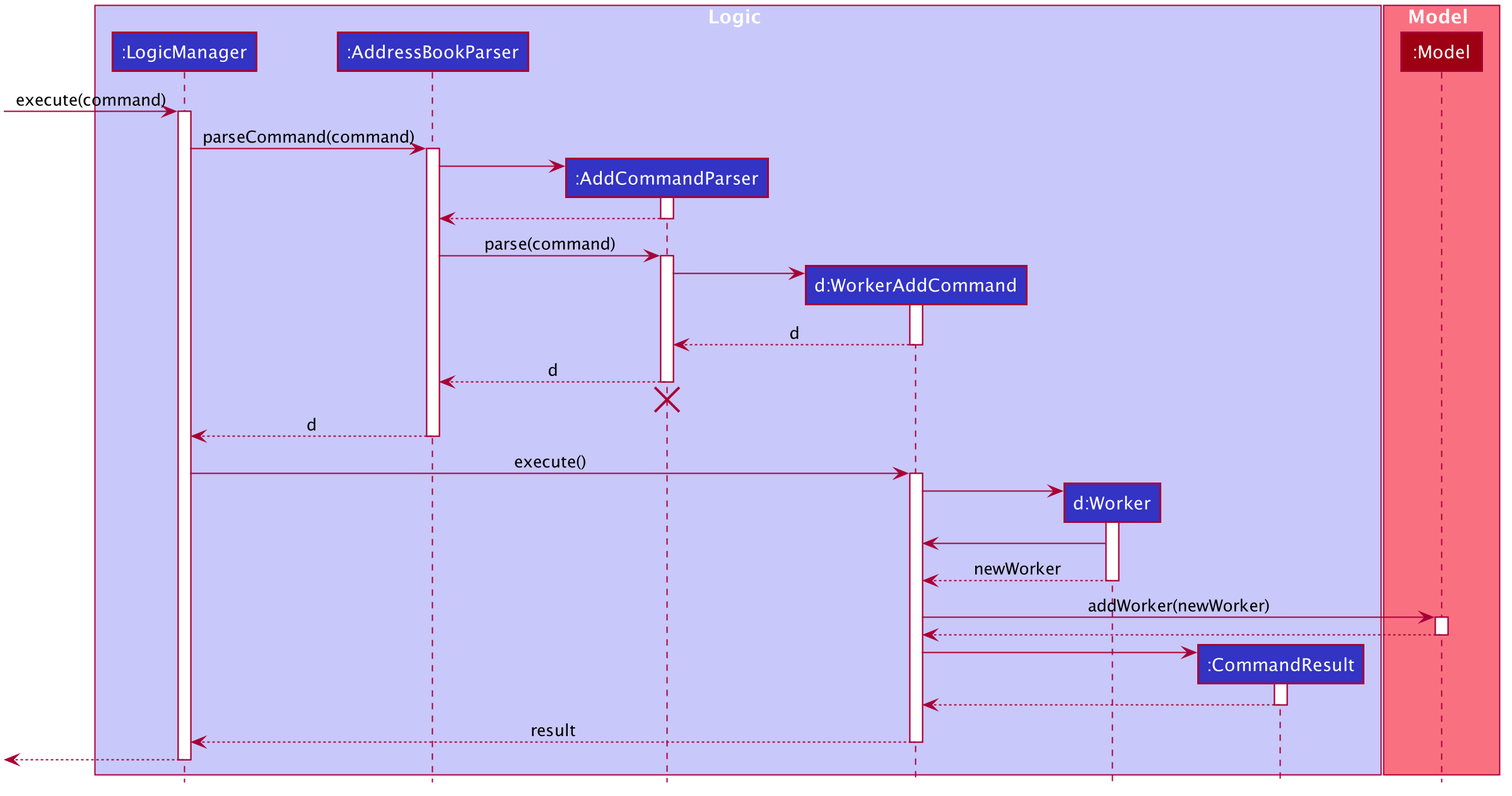
The PlantUML diagram docs/images/AddWorkerSequenceDiagram.png in wakululuu/tp, before a commit. Source of this version:
```plantuml
@startuml








skinparam BackgroundColor #FFFFFFF

skinparam Shadowing false

skinparam Class {
    FontColor #FFFFFF
    BorderThickness 1
    BorderColor #FFFFFF
    StereotypeFontColor #FFFFFF
    FontName Arial
}

skinparam Actor {
    BorderColor #000000
    Color #000000
    FontName Arial
}

skinparam Sequence {
    MessageAlign center
    BoxFontSize 15
    BoxPadding 0
    BoxFontColor #FFFFFF
    FontName Arial
}

skinparam Participant {
    FontColor #FFFFFFF
    Padding 20
}

skinparam MinClassWidth 50
skinparam ParticipantPadding 10
skinparam Shadowing false
skinparam DefaultTextAlignment center
skinparam packageStyle Rectangle

hide footbox
hide members
hide circle

box Logic #C8C8FA
participant ":LogicManager" as LogicManager #3333C4
participant ":AddressBookParser" as AddressBookParser #3333C4
participant ":AddCommandParser" as AddCommandParser #3333C4
participant "d:WorkerAddCommand" as WorkerAddCommand #3333C4
participant "d:Worker" as Worker #3333C4
participant ":CommandResult" as CommandResult #3333C4
end box

box Model #F97181
participant ":Model" as Model #9D0012
end box

[-> LogicManager : execute(command)
activate LogicManager

LogicManager -> AddressBookParser : parseCommand(command)
activate AddressBookParser

create AddCommandParser
AddressBookParser -> AddCommandParser
activate AddCommandParser

AddCommandParser --> AddressBookParser
deactivate AddCommandParser

AddressBookParser -> AddCommandParser : parse(command)
activate AddCommandParser

create WorkerAddCommand
AddCommandParser -> WorkerAddCommand
activate WorkerAddCommand

WorkerAddCommand --> AddCommandParser : d
deactivate WorkerAddCommand

AddCommandParser --> AddressBookParser : d
deactivate AddCommandParser
AddCommandParser -[hidden]-> AddressBookParser
destroy AddCommandParser

AddressBookParser --> LogicManager : d
deactivate AddressBookParser

LogicManager -> WorkerAddCommand : execute()
activate WorkerAddCommand

create Worker
WorkerAddCommand -> Worker
activate Worker

Worker -> WorkerAddCommand
return newWorker
deactivate Worker

WorkerAddCommand -> Model : addWorker(newWorker)
activate Model

Model --> WorkerAddCommand
deactivate Model

create CommandResult
WorkerAddCommand -> CommandResult
activate CommandResult

CommandResult --> WorkerAddCommand
deactivate CommandResult

WorkerAddCommand --> LogicManager : result
deactivate WorkerAddCommand

[<--LogicManager
deactivate LogicManager
@enduml
```
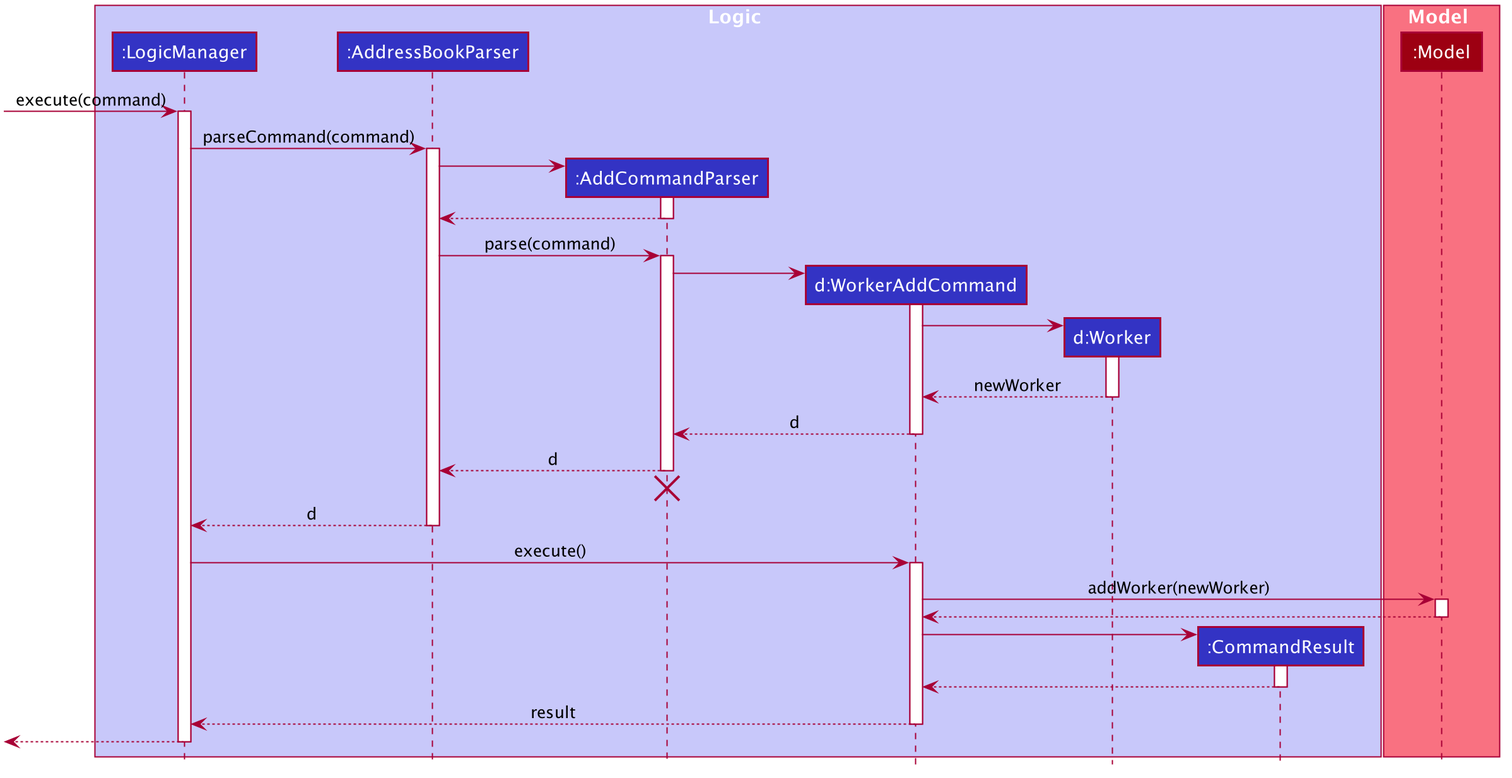
After the change.

Commit message:
Fix diagram errors

The edit, as a diff of the source:
```diff
@@ -81,6 +81,12 @@
 AddCommandParser -> WorkerAddCommand
 activate WorkerAddCommand
 
+create Worker
+WorkerAddCommand -> Worker
+activate Worker
+return newWorker
+deactivate Worker
+
 WorkerAddCommand --> AddCommandParser : d
 deactivate WorkerAddCommand
 
@@ -94,14 +100,6 @@
 
 LogicManager -> WorkerAddCommand : execute()
 activate WorkerAddCommand
-
-create Worker
-WorkerAddCommand -> Worker
-activate Worker
-
-Worker -> WorkerAddCommand
-return newWorker
-deactivate Worker
 
 WorkerAddCommand -> Model : addWorker(newWorker)
 activate Model
```
